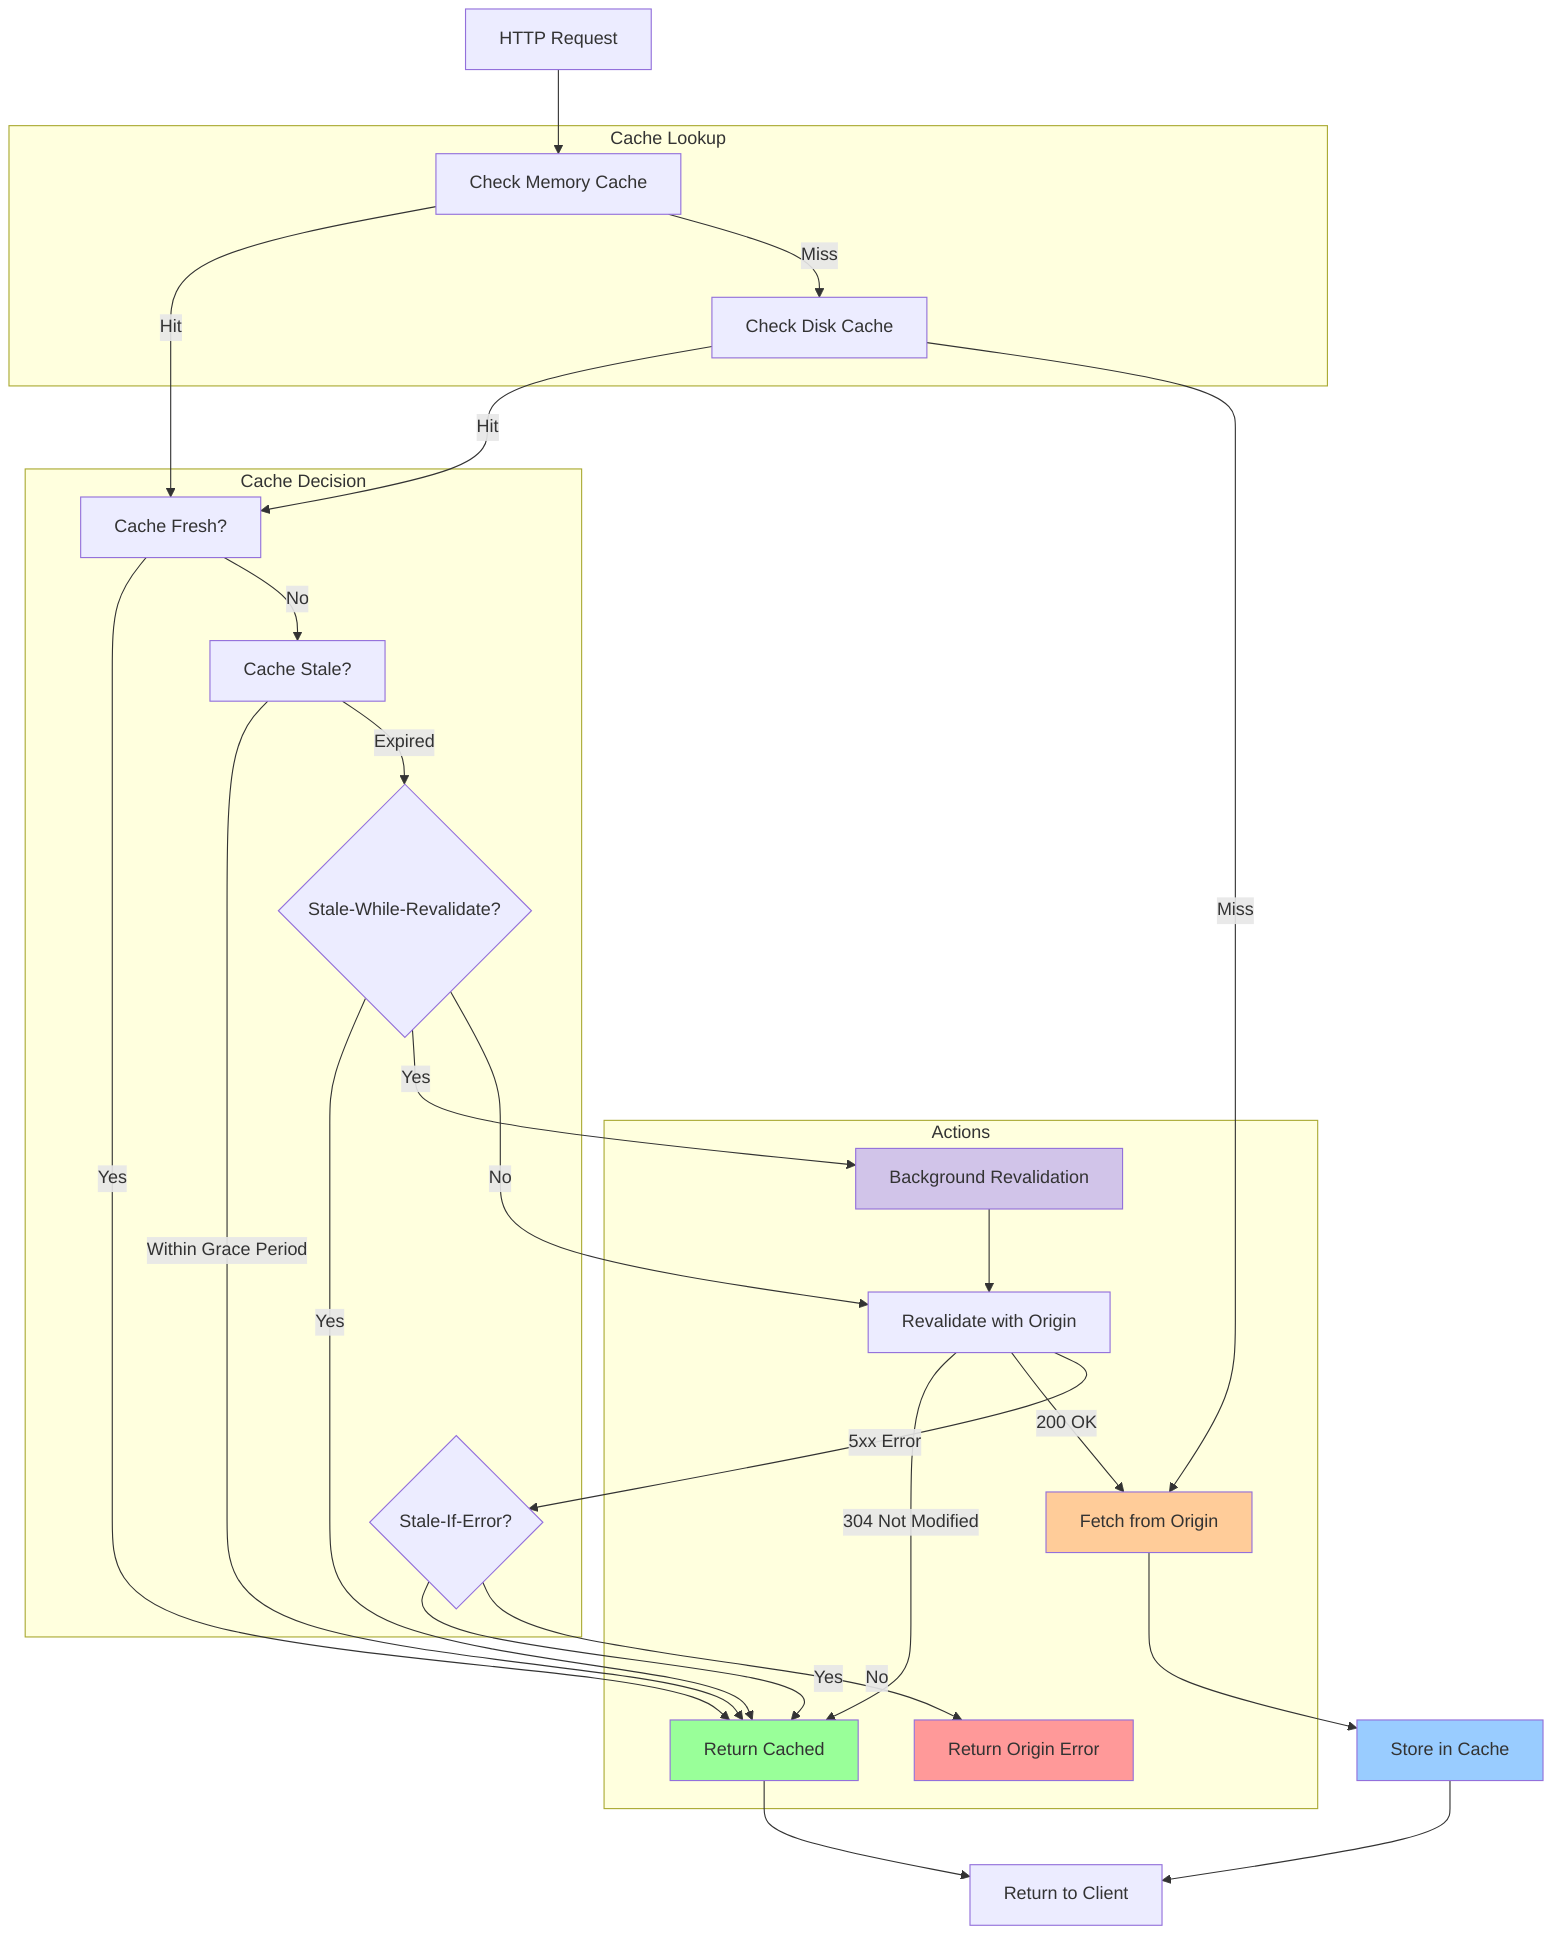
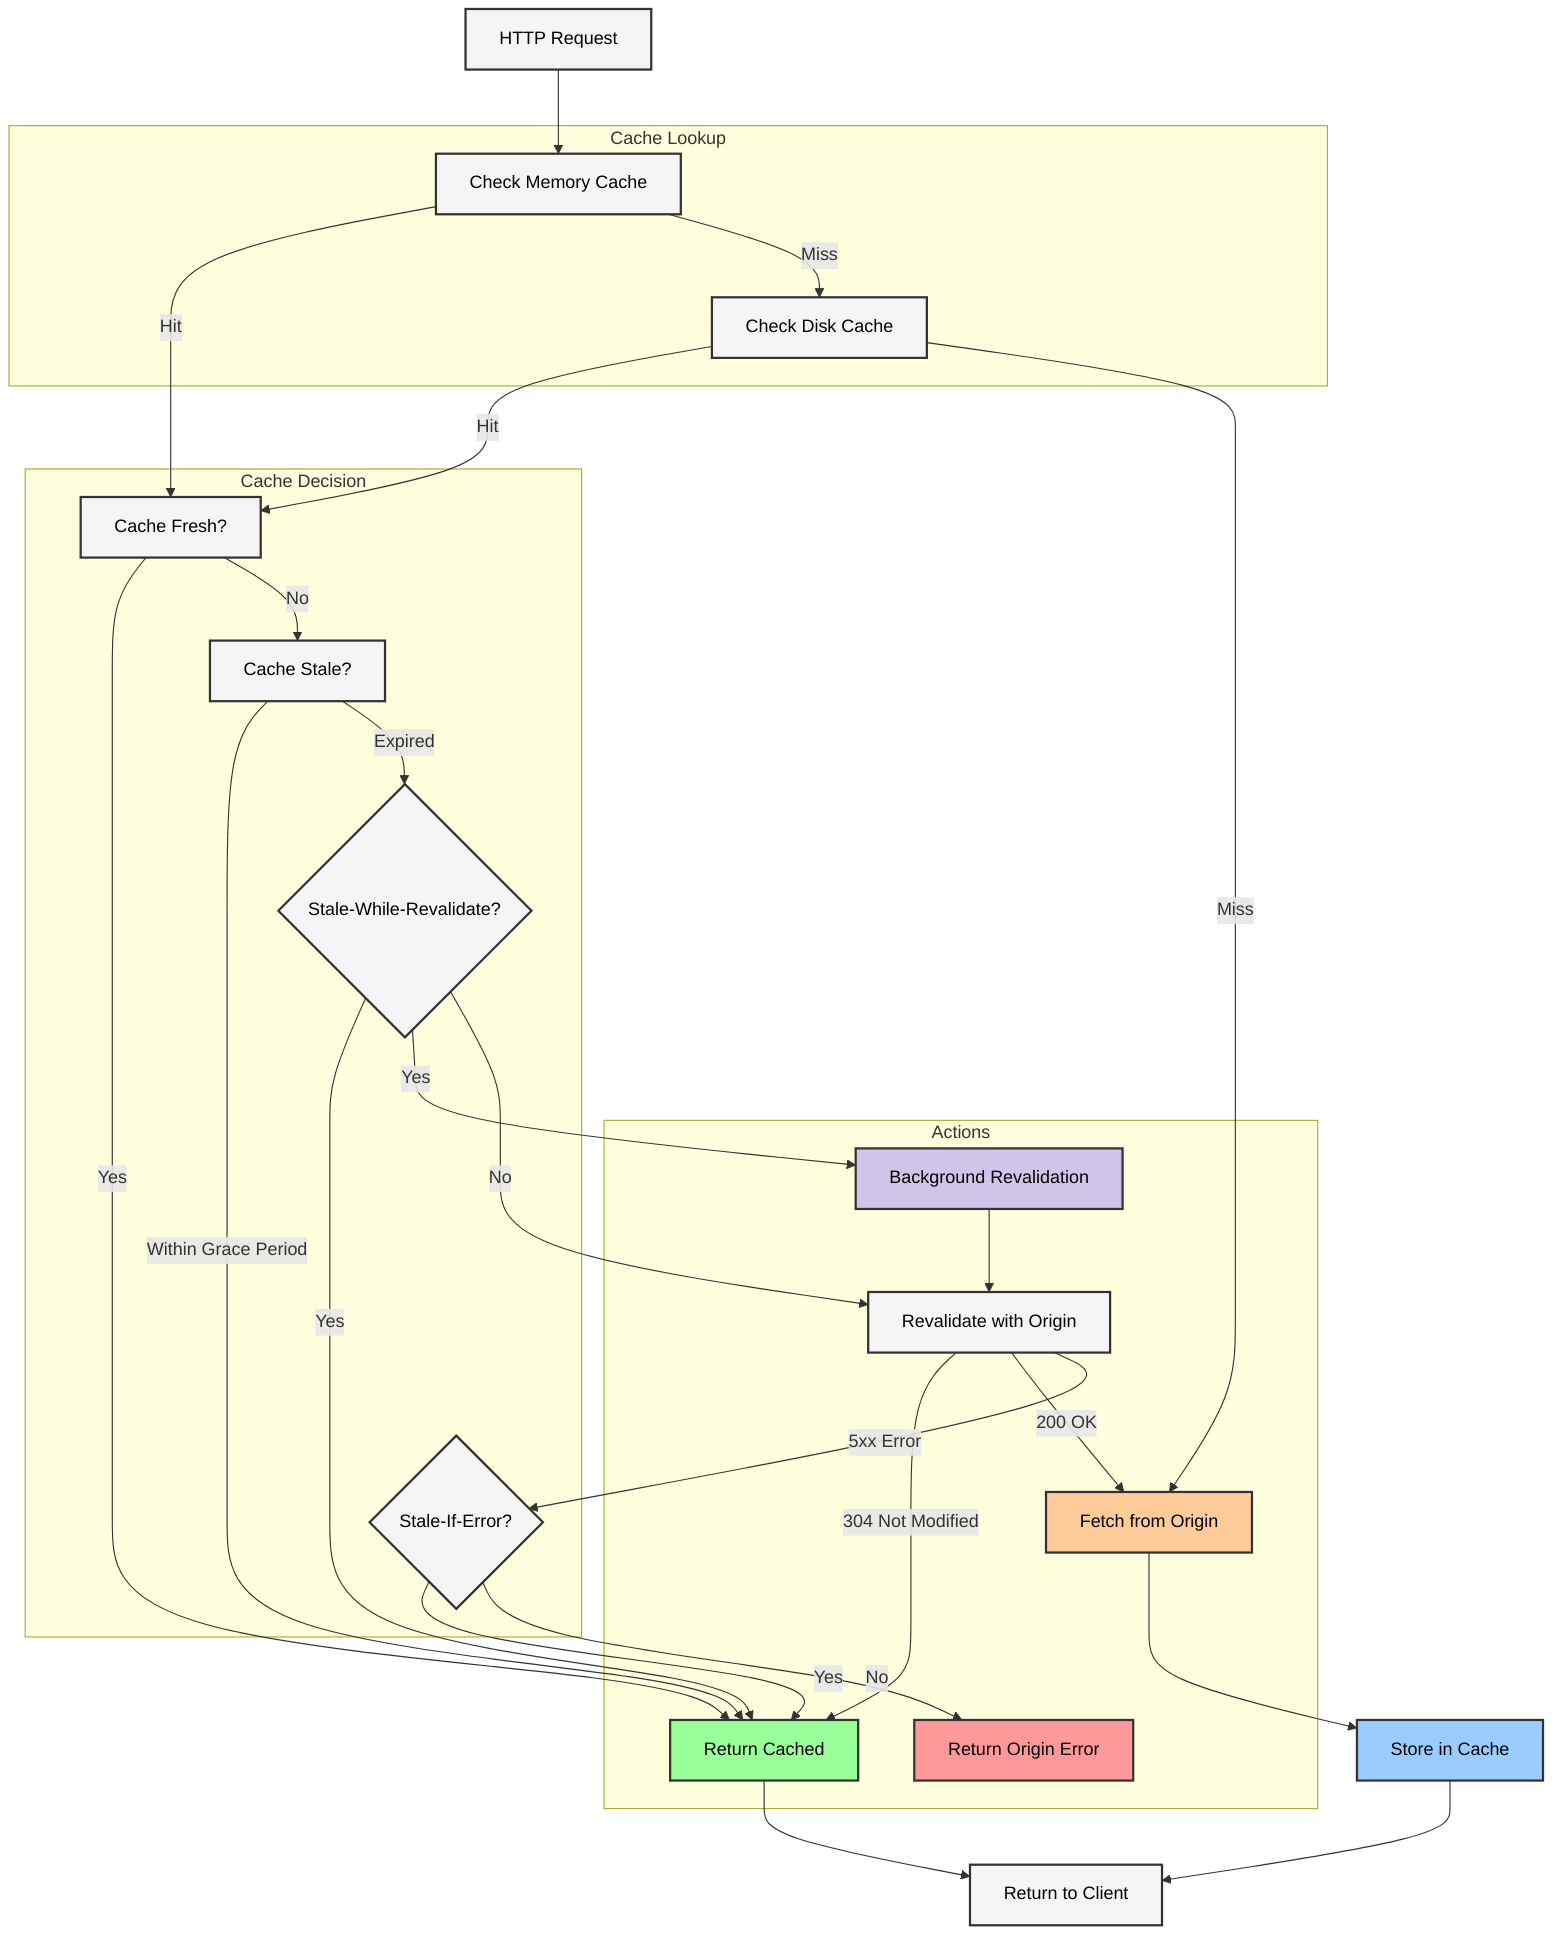
graph TB
+     classDef default fill:#f5f5f5,stroke:#333,stroke-width:2px,color:#000000
    Request[HTTP Request]

    subgraph "Cache Lookup"
        MemCheck[Check Memory Cache]
        DiskCheck[Check Disk Cache]
    end

    subgraph "Cache Decision"
        Fresh[Cache Fresh?]
        Stale[Cache Stale?]
        SWR{Stale-While-Revalidate?}
        SIE{Stale-If-Error?}
    end

    subgraph "Actions"
        Hit[Return Cached]
        Revalidate[Revalidate with Origin]
        BackgroundRevalidate[Background Revalidation]
        Miss[Fetch from Origin]
        ReturnError[Return Origin Error]
    end

    Request --> MemCheck
    MemCheck -->|Hit| Fresh
    MemCheck -->|Miss| DiskCheck
    DiskCheck -->|Hit| Fresh
    DiskCheck -->|Miss| Miss

    Fresh -->|Yes| Hit
    Fresh -->|No| Stale

    Stale -->|Within Grace Period| Hit
    Stale -->|Expired| SWR

    SWR -->|Yes| Hit
    SWR -->|Yes| BackgroundRevalidate
    SWR -->|No| Revalidate

    BackgroundRevalidate --> Revalidate
    Revalidate -->|304 Not Modified| Hit
    Revalidate -->|200 OK| Miss
    Revalidate -->|5xx Error| SIE

    SIE -->|Yes| Hit
    SIE -->|No| ReturnError

    Miss --> Store[Store in Cache]
    Store --> Return[Return to Client]
    Hit --> Return

-     style Hit fill:#99ff99
-     style Miss fill:#ffcc99
-     style Store fill:#99ccff
-     style ReturnError fill:#ff9999
-     style BackgroundRevalidate fill:#d1c4e9
+     style Hit fill:#99ff99,stroke:#333,stroke-width:2px,color:#000000
+     style Miss fill:#ffcc99,stroke:#333,stroke-width:2px,color:#000000
+     style Store fill:#99ccff,stroke:#333,stroke-width:2px,color:#000000
+     style ReturnError fill:#ff9999,stroke:#333,stroke-width:2px,color:#000000
+     style BackgroundRevalidate fill:#d1c4e9,stroke:#333,stroke-width:2px,color:#000000
